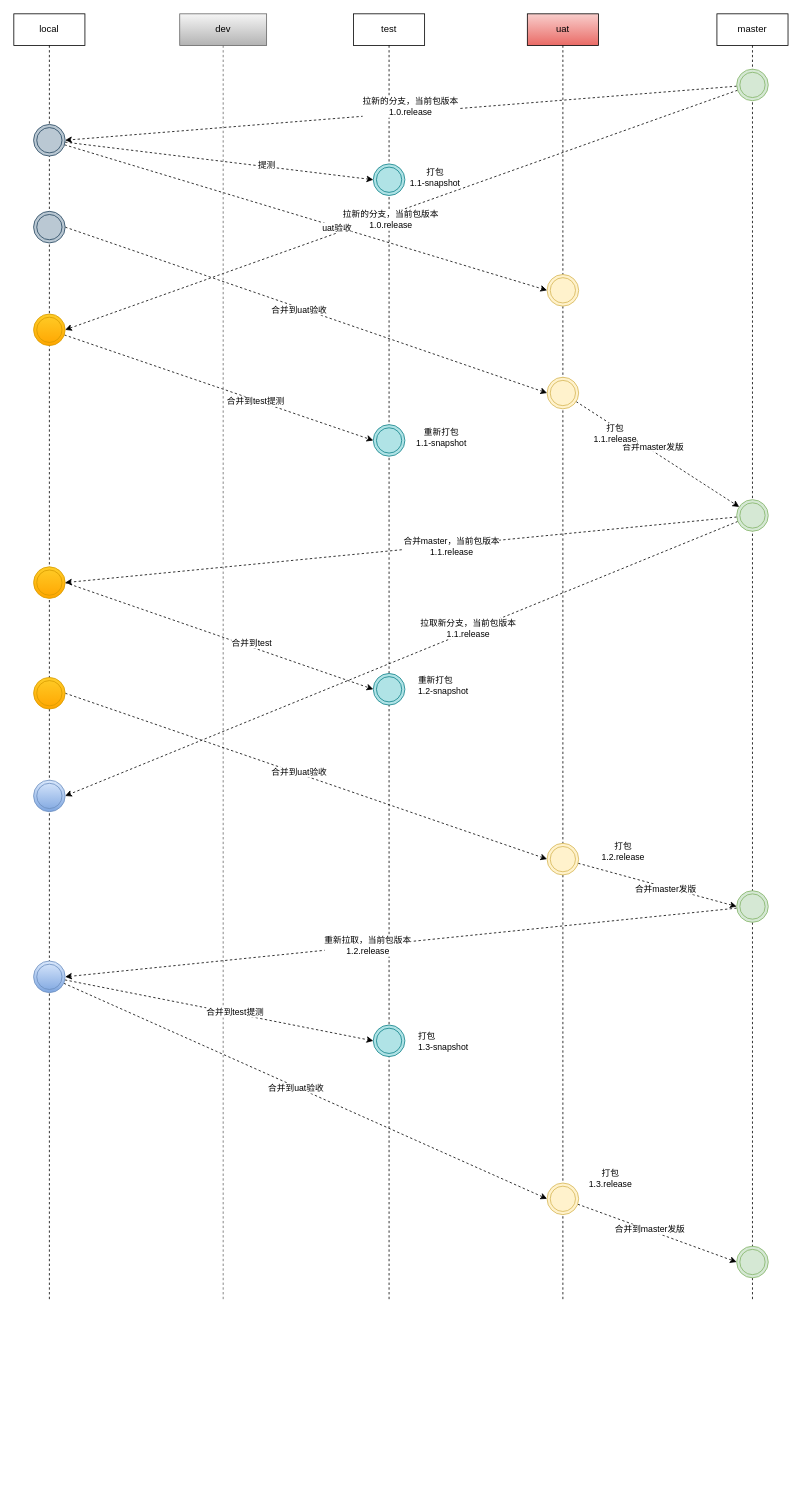
This is maven包管理流程.drawio from 330129161/draw.io, a draw.io file, before an edit. Source tidied: cells renumbered, new cells numbered last; positions are measured from the earlier drawing's top-left corner, leaving out a move shared by most shapes. Both pictures are drawn from the tidied source at 79%, with x=0, y=0 at pixel (13, 13).
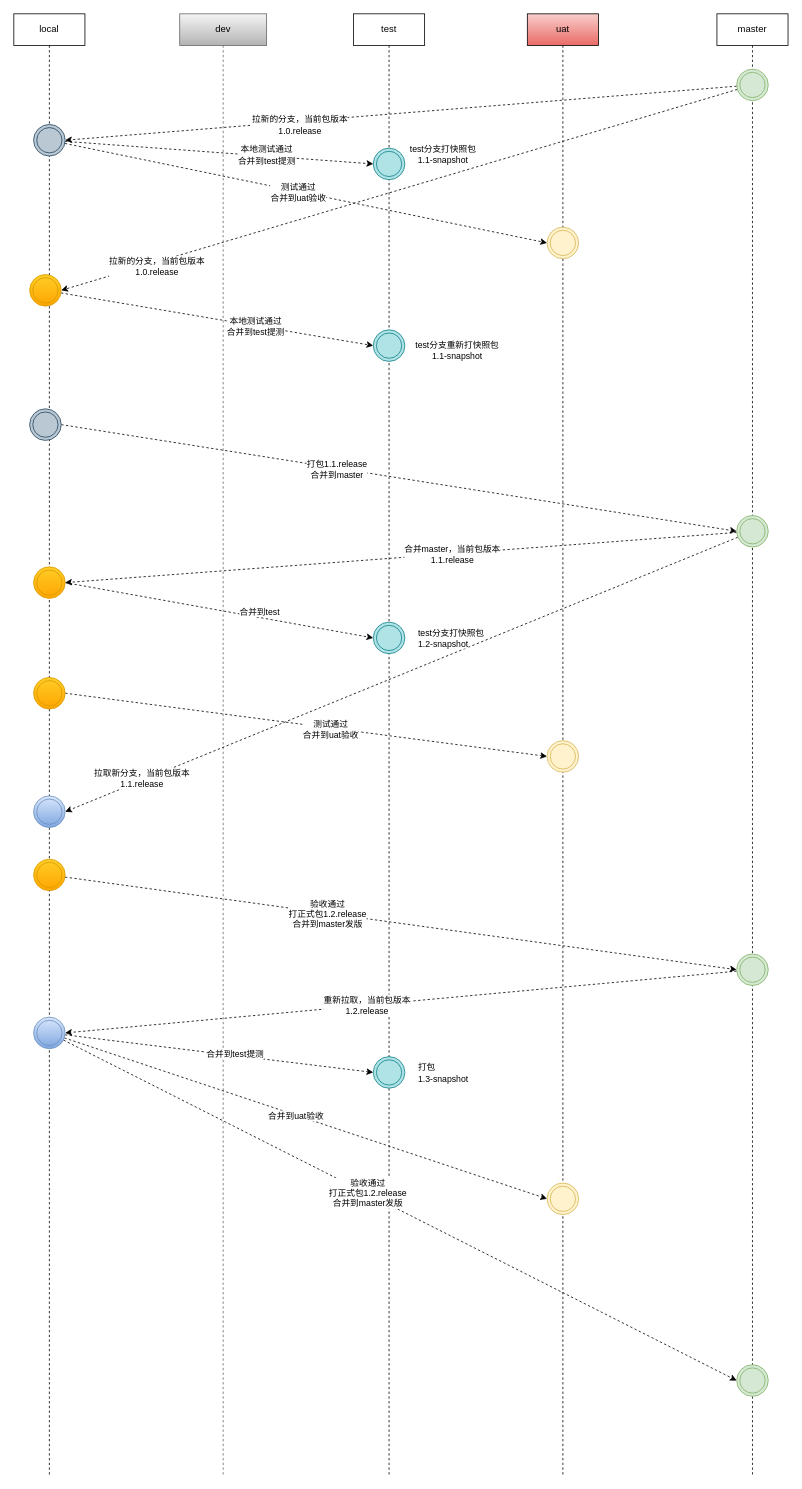
Above is the later version.

Commit message (it also covers changes not shown here):
更新maven包管理流程.drawio

Unchanged cells that the change refers to:
```xml
<mxCell id="7" style="rounded=0;jettySize=auto;html=1;entryX=1;entryY=0.5;entryDx=0;entryDy=0;dashed=1;" parent="1" edge="1" source="11" target="21">
  <mxGeometry relative="1" as="geometry" />
</mxCell>
<mxCell id="9" style="rounded=0;jettySize=auto;html=1;entryX=1;entryY=0.5;entryDx=0;entryDy=0;dashed=1;" parent="1" edge="1" source="11" target="28">
  <mxGeometry relative="1" as="geometry" />
</mxCell>
<mxCell id="15" style="rounded=0;jettySize=auto;html=1;dashed=1;entryX=0;entryY=0.5;entryDx=0;entryDy=0;" parent="1" edge="1" source="21" target="5">
  <mxGeometry relative="1" as="geometry" />
</mxCell>
<mxCell id="17" style="rounded=0;jettySize=auto;html=1;entryX=0;entryY=0.5;entryDx=0;entryDy=0;dashed=1;" parent="1" edge="1" source="21" target="6">
  <mxGeometry relative="1" as="geometry" />
</mxCell>
<mxCell id="22" style="rounded=0;jettySize=auto;html=1;entryX=0;entryY=0.5;entryDx=0;entryDy=0;dashed=1;" parent="1" edge="1" source="28" target="13">
  <mxGeometry relative="1" as="geometry" />
</mxCell>
<mxCell id="24" style="rounded=0;jettySize=auto;html=1;entryX=0;entryY=0.5;entryDx=0;entryDy=0;dashed=1;exitX=1;exitY=0.5;exitDx=0;exitDy=0;strokeColor=#000000;" parent="1" edge="1" source="52" target="36">
  <mxGeometry relative="1" as="geometry" />
</mxCell>
<mxCell id="26" style="rounded=0;jettySize=auto;html=1;entryX=0;entryY=0.5;entryDx=0;entryDy=0;dashed=1;strokeColor=#000000;exitX=1;exitY=0.5;exitDx=0;exitDy=0;" parent="1" edge="1" source="50" target="46">
  <mxGeometry relative="1" as="geometry" />
</mxCell>
<mxCell id="29" style="rounded=0;jettySize=auto;html=1;entryX=1;entryY=0.5;entryDx=0;entryDy=0;dashed=1;" parent="1" edge="1" source="33" target="45">
  <mxGeometry relative="1" as="geometry" />
</mxCell>
<mxCell id="62" style="ellipse;shape=doubleEllipse;whiteSpace=wrap;html=1;fillColor=#fff2cc;strokeColor=#d6b656;" parent="1" vertex="1">
  <mxGeometry x="675" y="1480" width="40" height="40" as="geometry" />
</mxCell>
```

What changed in the source:
```diff
@@
     <mxCell id="2" value="test" style="shape=umlLifeline;perimeter=lifelinePerimeter;whiteSpace=wrap;html=1;newEdgeStyle={&quot;edgeStyle&quot;:&quot;elbowEdgeStyle&quot;,&quot;elbow&quot;:&quot;vertical&quot;,&quot;curved&quot;:0,&quot;rounded&quot;:0};" parent="1" vertex="1">
-      <mxGeometry x="430" width="90" height="1630" as="geometry" />
+      <mxGeometry x="430" width="90" height="1850" as="geometry" />
     </mxCell>
     <mxCell id="3" value="uat" style="shape=umlLifeline;perimeter=lifelinePerimeter;whiteSpace=wrap;html=1;newEdgeStyle={&quot;edgeStyle&quot;:&quot;elbowEdgeStyle&quot;,&quot;elbow&quot;:&quot;vertical&quot;,&quot;curved&quot;:0,&quot;rounded&quot;:0};fillColor=#f8cecc;gradientColor=#ea6b66;strokeColor=#000000;" parent="1" vertex="1">
-      <mxGeometry x="650" width="90" height="1630" as="geometry" />
+      <mxGeometry x="650" width="90" height="1850" as="geometry" />
     </mxCell>
     <mxCell id="4" value="master" style="shape=umlLifeline;perimeter=lifelinePerimeter;whiteSpace=wrap;html=1;newEdgeStyle={&quot;edgeStyle&quot;:&quot;elbowEdgeStyle&quot;,&quot;elbow&quot;:&quot;vertical&quot;,&quot;curved&quot;:0,&quot;rounded&quot;:0};" parent="1" vertex="1">
-      <mxGeometry x="890" width="90" height="1630" as="geometry" />
+      <mxGeometry x="890" width="90" height="1850" as="geometry" />
     </mxCell>
     <mxCell id="5" style="ellipse;shape=doubleEllipse;whiteSpace=wrap;html=1;fillColor=#b0e3e6;strokeColor=#0e8088;" parent="1" vertex="1">
-      <mxGeometry x="455" y="190" width="40" height="40" as="geometry" />
+      <mxGeometry x="455" y="170" width="40" height="40" as="geometry" />
     </mxCell>
     <mxCell id="6" style="ellipse;shape=doubleEllipse;whiteSpace=wrap;html=1;fillColor=#fff2cc;strokeColor=#d6b656;" parent="1" vertex="1">
-      <mxGeometry x="675" y="330" width="40" height="40" as="geometry" />
+      <mxGeometry x="675" y="270" width="40" height="40" as="geometry" />
     </mxCell>
@@
     <mxCell id="8" value="拉新的分支，当前包版本&lt;br&gt;1.0.release" style="edgeLabel;html=1;align=center;verticalAlign=middle;" parent="7" vertex="1">
       <mxGeometry x="-0.14" y="2" relative="1" as="geometry">
-        <mxPoint x="-48" y="-6" as="offset" />
+        <mxPoint x="-188" y="17" as="offset" />
       </mxGeometry>
     </mxCell>
@@
     <mxCell id="10" value="拉新的分支，当前包版本&lt;br style=&quot;border-color: var(--border-color);&quot;&gt;1.0.release" style="edgeLabel;html=1;align=center;verticalAlign=middle;" parent="9" vertex="1">
       <mxGeometry x="0.1" y="1" relative="1" as="geometry">
-        <mxPoint x="28" y="-4" as="offset" />
+        <mxPoint x="-265" y="83" as="offset" />
       </mxGeometry>
     </mxCell>
@@
     <mxCell id="12" value="dev" style="shape=umlLifeline;perimeter=lifelinePerimeter;whiteSpace=wrap;html=1;newEdgeStyle={&quot;edgeStyle&quot;:&quot;elbowEdgeStyle&quot;,&quot;elbow&quot;:&quot;vertical&quot;,&quot;curved&quot;:0,&quot;rounded&quot;:0};fillColor=#f5f5f5;gradientColor=#b3b3b3;strokeColor=#666666;" parent="1" vertex="1">
-      <mxGeometry x="210" width="110" height="1630" as="geometry" />
+      <mxGeometry x="210" width="110" height="1850" as="geometry" />
     </mxCell>
     <mxCell id="13" style="ellipse;shape=doubleEllipse;whiteSpace=wrap;html=1;fillColor=#b0e3e6;strokeColor=#0e8088;" parent="1" vertex="1">
-      <mxGeometry x="455" y="520" width="40" height="40" as="geometry" />
+      <mxGeometry x="455" y="400" width="40" height="40" as="geometry" />
     </mxCell>
     <mxCell id="14" value="local" style="shape=umlLifeline;perimeter=lifelinePerimeter;whiteSpace=wrap;html=1;newEdgeStyle={&quot;edgeStyle&quot;:&quot;elbowEdgeStyle&quot;,&quot;elbow&quot;:&quot;vertical&quot;,&quot;curved&quot;:0,&quot;rounded&quot;:0};" parent="1" vertex="1">
-      <mxGeometry width="90" height="1630" as="geometry" />
+      <mxGeometry width="90" height="1850" as="geometry" />
     </mxCell>
@@
-    <mxCell id="16" value="提测" style="edgeLabel;html=1;align=center;verticalAlign=middle;" parent="15" vertex="1">
+    <mxCell id="16" value="本地测试通过&lt;br&gt;合并到test提测" style="edgeLabel;html=1;align=center;verticalAlign=middle;" parent="15" vertex="1">
       <mxGeometry x="0.3" y="2" relative="1" as="geometry">
         <mxPoint x="1" as="offset" />
       </mxGeometry>
     </mxCell>
@@
-    <mxCell id="18" value="uat验收" style="edgeLabel;html=1;align=center;verticalAlign=middle;" parent="17" vertex="1">
-      <mxGeometry x="0.13" y="-1" relative="1" as="geometry" />
+    <mxCell id="18" value="测试通过&lt;br&gt;合并到uat验收" style="edgeLabel;html=1;align=center;verticalAlign=middle;" parent="17" vertex="1">
+      <mxGeometry x="0.13" y="-1" relative="1" as="geometry">
+        <mxPoint x="-50" y="-10" as="offset" />
+      </mxGeometry>
     </mxCell>
-    <mxCell id="19" style="rounded=0;jettySize=auto;html=1;entryX=0;entryY=0.5;entryDx=0;entryDy=0;dashed=1;exitX=1;exitY=0.5;exitDx=0;exitDy=0;" parent="1" edge="1" source="51" target="44">
+    <mxCell id="19" style="rounded=0;jettySize=auto;html=1;entryX=0;entryY=0.5;entryDx=0;entryDy=0;dashed=1;exitX=1;exitY=0.5;exitDx=0;exitDy=0;" parent="1" edge="1" source="51" target="33">
       <mxGeometry relative="1" as="geometry" />
     </mxCell>
-    <mxCell id="20" value="合并到uat验收" style="edgeLabel;html=1;align=center;verticalAlign=middle;" parent="19" vertex="1">
+    <mxCell id="20" value="打包1.1.release&lt;br&gt;合并到master" style="edgeLabel;html=1;align=center;verticalAlign=middle;" parent="19" vertex="1">
       <mxGeometry x="-0.22" y="-1" relative="1" as="geometry">
-        <mxPoint x="58" y="22" as="offset" />
+        <mxPoint x="15" y="3" as="offset" />
       </mxGeometry>
     </mxCell>
@@
-    <mxCell id="23" value="合并到test提测" style="edgeLabel;html=1;align=center;verticalAlign=middle;" parent="22" vertex="1">
+    <mxCell id="23" value="本地测试通过&lt;br&gt;合并到test提测" style="edgeLabel;html=1;align=center;verticalAlign=middle;" parent="22" vertex="1">
       <mxGeometry x="0.24" y="-1" relative="1" as="geometry" />
     </mxCell>
@@
-    <mxCell id="25" value="合并到uat验收" style="edgeLabel;html=1;align=center;verticalAlign=middle;" parent="24" vertex="1">
+    <mxCell id="25" value="测试通过&lt;br&gt;合并到uat验收" style="edgeLabel;html=1;align=center;verticalAlign=middle;" parent="24" vertex="1">
       <mxGeometry y="-4" relative="1" as="geometry">
-        <mxPoint x="-9" y="-9" as="offset" />
+        <mxPoint x="31" y="1" as="offset" />
       </mxGeometry>
     </mxCell>
@@
     <mxCell id="27" value="合并到test" style="edgeLabel;html=1;align=center;verticalAlign=middle;" parent="26" vertex="1">
       <mxGeometry x="0.25" y="-1" relative="1" as="geometry">
-        <mxPoint x="-8" y="-9" as="offset" />
+        <mxPoint x="2" y="-8" as="offset" />
       </mxGeometry>
     </mxCell>
     <mxCell id="28" style="ellipse;shape=doubleEllipse;whiteSpace=wrap;html=1;fillColor=#ffcd28;strokeColor=#d79b00;gradientColor=#ffa500;" parent="1" vertex="1">
-      <mxGeometry x="25" y="380" width="40" height="40" as="geometry" />
+      <mxGeometry x="20" y="330" width="40" height="40" as="geometry" />
     </mxCell>
@@
     <mxCell id="30" value="拉取新分支，当前包版本&lt;br style=&quot;border-color: var(--border-color);&quot;&gt;1.1.release" style="edgeLabel;html=1;align=center;verticalAlign=middle;" parent="29" vertex="1">
       <mxGeometry x="-0.2" y="-3" relative="1" as="geometry">
-        <mxPoint y="-1" as="offset" />
+        <mxPoint x="-413" y="169" as="offset" />
       </mxGeometry>
     </mxCell>
@@
     <mxCell id="33" style="ellipse;shape=doubleEllipse;whiteSpace=wrap;html=1;fillColor=#d5e8d4;strokeColor=#82b366;" parent="1" vertex="1">
-      <mxGeometry x="915" y="615" width="40" height="40" as="geometry" />
+      <mxGeometry x="915" y="635" width="40" height="40" as="geometry" />
     </mxCell>
-    <mxCell id="34" style="rounded=0;jettySize=auto;html=1;entryX=0;entryY=0.5;entryDx=0;entryDy=0;dashed=1;" parent="1" edge="1" source="36" target="39">
-      <mxGeometry relative="1" as="geometry" />
-    </mxCell>
-    <mxCell id="35" value="合并master发版" style="edgeLabel;html=1;align=center;verticalAlign=middle;" parent="34" vertex="1">
-      <mxGeometry x="0.1" y="-2" relative="1" as="geometry">
-        <mxPoint x="1" as="offset" />
-      </mxGeometry>
-    </mxCell>
     <mxCell id="36" style="ellipse;shape=doubleEllipse;whiteSpace=wrap;html=1;fillColor=#fff2cc;strokeColor=#d6b656;" parent="1" vertex="1">
-      <mxGeometry x="675" y="1050" width="40" height="40" as="geometry" />
+      <mxGeometry x="675" y="920" width="40" height="40" as="geometry" />
     </mxCell>
@@
     <mxCell id="39" style="ellipse;shape=doubleEllipse;whiteSpace=wrap;html=1;fillColor=#d5e8d4;strokeColor=#82b366;" parent="1" vertex="1">
-      <mxGeometry x="915" y="1110" width="40" height="40" as="geometry" />
+      <mxGeometry x="915" y="1190" width="40" height="40" as="geometry" />
     </mxCell>
-    <mxCell id="40" value="重新打包&lt;br style=&quot;border-color: var(--border-color);&quot;&gt;1.1-snapshot" style="edgeLabel;html=1;align=center;verticalAlign=middle;" parent="1" vertex="1">
-      <mxGeometry x="550" y="530" as="geometry">
+    <mxCell id="40" value="test分支重新打快照包&lt;br style=&quot;border-color: var(--border-color);&quot;&gt;1.1-snapshot" style="edgeLabel;html=1;align=center;verticalAlign=middle;" parent="1" vertex="1">
+      <mxGeometry x="570" y="420" as="geometry">
         <mxPoint x="-10" y="6" as="offset" />
       </mxGeometry>
     </mxCell>
-    <mxCell id="41" value="打包&lt;br&gt;1.1-snapshot" style="edgeLabel;html=1;align=center;verticalAlign=middle;" parent="1" vertex="1">
-      <mxGeometry x="540" y="230" as="geometry">
+    <mxCell id="41" value="test分支打快照包&lt;br&gt;1.1-snapshot" style="edgeLabel;html=1;align=center;verticalAlign=middle;" parent="1" vertex="1">
+      <mxGeometry x="550" y="200" as="geometry">
         <mxPoint x="-8" y="-23" as="offset" />
       </mxGeometry>
     </mxCell>
-    <mxCell id="42" style="rounded=0;jettySize=auto;html=1;dashed=1;" parent="1" edge="1" source="44" target="33">
-      <mxGeometry relative="1" as="geometry" />
-    </mxCell>
-    <mxCell id="43" value="合并master发版" style="edgeLabel;html=1;align=center;verticalAlign=middle;" parent="42" vertex="1">
-      <mxGeometry x="-0.09" y="5" relative="1" as="geometry" />
-    </mxCell>
-    <mxCell id="44" style="ellipse;shape=doubleEllipse;whiteSpace=wrap;html=1;fillColor=#fff2cc;strokeColor=#d6b656;" parent="1" vertex="1">
-      <mxGeometry x="675" y="460" width="40" height="40" as="geometry" />
-    </mxCell>
     <mxCell id="45" style="ellipse;shape=doubleEllipse;whiteSpace=wrap;html=1;fillColor=#dae8fc;strokeColor=#6c8ebf;gradientColor=#7ea6e0;" parent="1" vertex="1">
-      <mxGeometry x="25" y="970" width="40" height="40" as="geometry" />
+      <mxGeometry x="25" y="990" width="40" height="40" as="geometry" />
     </mxCell>
     <mxCell id="46" style="ellipse;shape=doubleEllipse;whiteSpace=wrap;html=1;fillColor=#b0e3e6;strokeColor=#0e8088;" parent="1" vertex="1">
-      <mxGeometry x="455" y="835" width="40" height="40" as="geometry" />
+      <mxGeometry x="455" y="770" width="40" height="40" as="geometry" />
     </mxCell>
-    <mxCell id="47" value="&lt;span style=&quot;color: rgb(0, 0, 0); font-family: Helvetica; font-size: 11px; font-style: normal; font-variant-ligatures: normal; font-variant-caps: normal; font-weight: 400; letter-spacing: normal; orphans: 2; text-align: center; text-indent: 0px; text-transform: none; widows: 2; word-spacing: 0px; -webkit-text-stroke-width: 0px; background-color: rgb(255, 255, 255); text-decoration-thickness: initial; text-decoration-style: initial; text-decoration-color: initial; float: none; display: inline !important;&quot;&gt;重新打包&lt;/span&gt;&lt;br style=&quot;border-color: var(--border-color); color: rgb(0, 0, 0); font-family: Helvetica; font-size: 11px; font-style: normal; font-variant-ligatures: normal; font-variant-caps: normal; font-weight: 400; letter-spacing: normal; orphans: 2; text-align: center; text-indent: 0px; text-transform: none; widows: 2; word-spacing: 0px; -webkit-text-stroke-width: 0px; text-decoration-thickness: initial; text-decoration-style: initial; text-decoration-color: initial;&quot;&gt;&lt;span style=&quot;color: rgb(0, 0, 0); font-family: Helvetica; font-size: 11px; font-style: normal; font-variant-ligatures: normal; font-variant-caps: normal; font-weight: 400; letter-spacing: normal; orphans: 2; text-align: center; text-indent: 0px; text-transform: none; widows: 2; word-spacing: 0px; -webkit-text-stroke-width: 0px; background-color: rgb(255, 255, 255); text-decoration-thickness: initial; text-decoration-style: initial; text-decoration-color: initial; float: none; display: inline !important;&quot;&gt;1.2-snapshot&lt;/span&gt;" style="text;whiteSpace=wrap;html=1;" parent="1" vertex="1">
-      <mxGeometry x="510" y="830" width="100" height="50" as="geometry" />
+    <mxCell id="47" value="&lt;span style=&quot;color: rgb(0, 0, 0); font-family: Helvetica; font-size: 11px; font-style: normal; font-variant-ligatures: normal; font-variant-caps: normal; font-weight: 400; letter-spacing: normal; orphans: 2; text-align: center; text-indent: 0px; text-transform: none; widows: 2; word-spacing: 0px; -webkit-text-stroke-width: 0px; background-color: rgb(255, 255, 255); text-decoration-thickness: initial; text-decoration-style: initial; text-decoration-color: initial; float: none; display: inline !important;&quot;&gt;test分支打快照包&lt;/span&gt;&lt;br style=&quot;border-color: var(--border-color); color: rgb(0, 0, 0); font-family: Helvetica; font-size: 11px; font-style: normal; font-variant-ligatures: normal; font-variant-caps: normal; font-weight: 400; letter-spacing: normal; orphans: 2; text-align: center; text-indent: 0px; text-transform: none; widows: 2; word-spacing: 0px; -webkit-text-stroke-width: 0px; text-decoration-thickness: initial; text-decoration-style: initial; text-decoration-color: initial;&quot;&gt;&lt;span style=&quot;color: rgb(0, 0, 0); font-family: Helvetica; font-size: 11px; font-style: normal; font-variant-ligatures: normal; font-variant-caps: normal; font-weight: 400; letter-spacing: normal; orphans: 2; text-align: center; text-indent: 0px; text-transform: none; widows: 2; word-spacing: 0px; -webkit-text-stroke-width: 0px; background-color: rgb(255, 255, 255); text-decoration-thickness: initial; text-decoration-style: initial; text-decoration-color: initial; float: none; display: inline !important;&quot;&gt;1.2-snapshot&lt;/span&gt;" style="text;whiteSpace=wrap;html=1;" parent="1" vertex="1">
+      <mxGeometry x="510" y="770" width="100" height="50" as="geometry" />
     </mxCell>
     <mxCell id="48" style="ellipse;shape=doubleEllipse;whiteSpace=wrap;html=1;fillColor=#b0e3e6;strokeColor=#0e8088;" parent="1" vertex="1">
-      <mxGeometry x="455" y="1280" width="40" height="40" as="geometry" />
+      <mxGeometry x="455" y="1320" width="40" height="40" as="geometry" />
     </mxCell>
     <mxCell id="49" value="&lt;span style=&quot;color: rgb(0, 0, 0); font-family: Helvetica; font-size: 11px; font-style: normal; font-variant-ligatures: normal; font-variant-caps: normal; font-weight: 400; letter-spacing: normal; orphans: 2; text-align: center; text-indent: 0px; text-transform: none; widows: 2; word-spacing: 0px; -webkit-text-stroke-width: 0px; background-color: rgb(255, 255, 255); text-decoration-thickness: initial; text-decoration-style: initial; text-decoration-color: initial; float: none; display: inline !important;&quot;&gt;打包&lt;/span&gt;&lt;br style=&quot;border-color: var(--border-color); color: rgb(0, 0, 0); font-family: Helvetica; font-size: 11px; font-style: normal; font-variant-ligatures: normal; font-variant-caps: normal; font-weight: 400; letter-spacing: normal; orphans: 2; text-align: center; text-indent: 0px; text-transform: none; widows: 2; word-spacing: 0px; -webkit-text-stroke-width: 0px; text-decoration-thickness: initial; text-decoration-style: initial; text-decoration-color: initial;&quot;&gt;&lt;span style=&quot;color: rgb(0, 0, 0); font-family: Helvetica; font-size: 11px; font-style: normal; font-variant-ligatures: normal; font-variant-caps: normal; font-weight: 400; letter-spacing: normal; orphans: 2; text-align: center; text-indent: 0px; text-transform: none; widows: 2; word-spacing: 0px; -webkit-text-stroke-width: 0px; background-color: rgb(255, 255, 255); text-decoration-thickness: initial; text-decoration-style: initial; text-decoration-color: initial; float: none; display: inline !important;&quot;&gt;1.3-snapshot&lt;/span&gt;" style="text;whiteSpace=wrap;html=1;" parent="1" vertex="1">
-      <mxGeometry x="510" y="1280" width="100" height="50" as="geometry" />
+      <mxGeometry x="510" y="1320" width="100" height="50" as="geometry" />
     </mxCell>
@@
     <mxCell id="51" style="ellipse;shape=doubleEllipse;whiteSpace=wrap;html=1;fillColor=#bac8d3;strokeColor=#23445d;" parent="1" vertex="1">
-      <mxGeometry x="25" y="250" width="40" height="40" as="geometry" />
+      <mxGeometry x="20" y="500" width="40" height="40" as="geometry" />
     </mxCell>
@@
-    <mxCell id="53" value="打包&lt;br style=&quot;border-color: var(--border-color); background-color: rgb(251, 251, 251);&quot;&gt;1.1.release" style="edgeLabel;html=1;align=center;verticalAlign=middle;" parent="1" vertex="1">
-      <mxGeometry x="760" y="530" as="geometry" />
-    </mxCell>
-    <mxCell id="54" value="打包&lt;br&gt;1.2.release" style="edgeLabel;html=1;align=center;verticalAlign=middle;" parent="1" vertex="1">
-      <mxGeometry x="770" y="1060" as="geometry" />
-    </mxCell>
@@
+    <mxCell id="65" style="rounded=0;jettySize=auto;html=1;entryX=0;entryY=0.5;entryDx=0;entryDy=0;dashed=1;" parent="1" edge="1" source="59" target="64">
+      <mxGeometry relative="1" as="geometry" />
+    </mxCell>
+    <mxCell id="66" value="验收通过&lt;br style=&quot;border-color: var(--border-color);&quot;&gt;打正式包1.2.release&lt;br style=&quot;border-color: var(--border-color);&quot;&gt;合并到master发版" style="edgeLabel;html=1;align=center;verticalAlign=middle;" parent="65" vertex="1">
+      <mxGeometry x="-0.1" y="1" relative="1" as="geometry" />
+    </mxCell>
     <mxCell id="59" style="ellipse;shape=doubleEllipse;whiteSpace=wrap;html=1;fillColor=#dae8fc;strokeColor=#6c8ebf;gradientColor=#7ea6e0;" parent="1" vertex="1">
-      <mxGeometry x="25" y="1199" width="40" height="40" as="geometry" />
+      <mxGeometry x="25" y="1270" width="40" height="40" as="geometry" />
     </mxCell>
-    <mxCell id="60" style="rounded=0;jettySize=auto;html=1;entryX=0;entryY=0.5;entryDx=0;entryDy=0;dashed=1;" parent="1" edge="1" source="62" target="64">
-      <mxGeometry relative="1" as="geometry" />
-    </mxCell>
-    <mxCell id="61" value="合并到master发版" style="edgeLabel;html=1;align=center;verticalAlign=middle;" parent="60" vertex="1">
-      <mxGeometry x="-0.1" y="1" relative="1" as="geometry" />
-    </mxCell>
@@
-    <mxCell id="63" value="打包&lt;br&gt;1.3.release" style="edgeLabel;html=1;align=center;verticalAlign=middle;" parent="1" vertex="1">
-      <mxGeometry x="750" y="1480" as="geometry">
-        <mxPoint x="4" y="-6" as="offset" />
-      </mxGeometry>
-    </mxCell>
     <mxCell id="64" style="ellipse;shape=doubleEllipse;whiteSpace=wrap;html=1;fillColor=#d5e8d4;strokeColor=#82b366;" parent="1" vertex="1">
-      <mxGeometry x="915" y="1560" width="40" height="40" as="geometry" />
+      <mxGeometry x="915" y="1710" width="40" height="40" as="geometry" />
     </mxCell>
+    <mxCell id="67" style="rounded=0;jettySize=auto;html=1;entryX=0;entryY=0.5;entryDx=0;entryDy=0;dashed=1;" parent="1" edge="1" source="69" target="39">
+      <mxGeometry relative="1" as="geometry" />
+    </mxCell>
+    <mxCell id="68" value="验收通过&lt;br&gt;打正式包1.2.release&lt;br&gt;合并到master发版" style="edgeLabel;html=1;align=center;verticalAlign=middle;" parent="67" vertex="1">
+      <mxGeometry x="-0.22" y="-1" relative="1" as="geometry" />
+    </mxCell>
+    <mxCell id="69" style="ellipse;shape=doubleEllipse;whiteSpace=wrap;html=1;fillColor=#ffcd28;strokeColor=#d79b00;gradientColor=#ffa500;" parent="1" vertex="1">
+      <mxGeometry x="25" y="1070" width="40" height="40" as="geometry" />
+    </mxCell>
```
